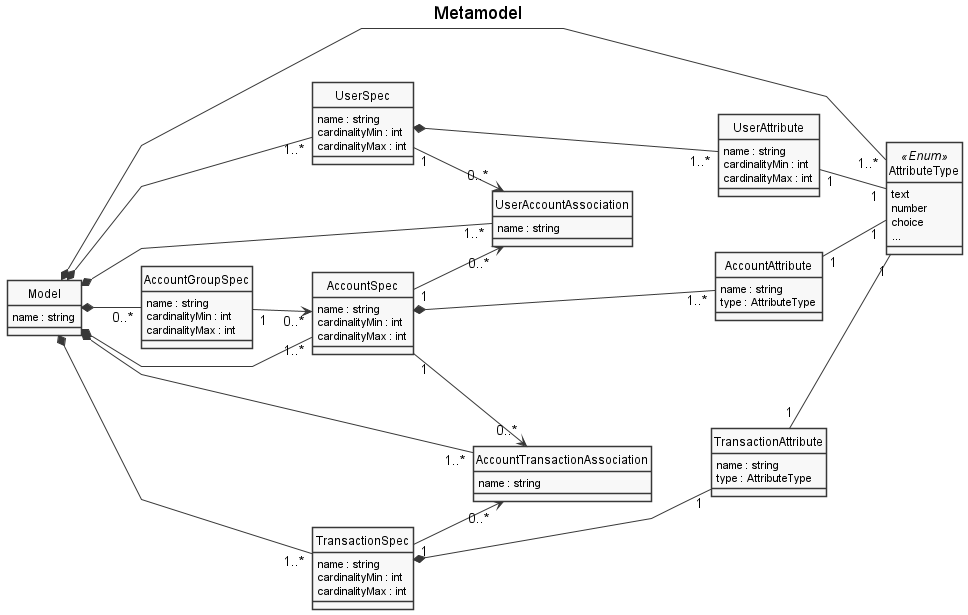
Above: diagrams/metamodel_v3.png in PeFerreira98/ISEP.Master.EDOM_2021 (PlantUML), before the change. Its diagram source:
```plantuml
@startuml metamodel_v3
left to right direction

skinparam linetype polyline
skinparam monochrome true
skinparam packageStyle rect
skinparam shadowing false


title Metamodel

class Model {
    name : string
}

class UserSpec {
    name : string
    cardinalityMin : int
    cardinalityMax : int
}

class UserAttribute {
    name : string
    cardinalityMin : int
    cardinalityMax : int
}

class AccountGroupSpec {
    name : string
    cardinalityMin : int
    cardinalityMax : int
}

class AccountSpec {
    name : string
    cardinalityMin : int
    cardinalityMax : int
}

class AccountAttribute {
    name : string
    type : AttributeType
}

class TransactionSpec {
    name : string
    cardinalityMin : int
    cardinalityMax : int
}

class TransactionAttribute {
    name : string
    type : AttributeType
}

class UserAccountAssociation {
    name : string
}

class AccountTransactionAssociation {
    name : string
}

class AttributeType <<Enum>> {
    text
    number
    choice
    ...
}

Model *---- "1..*" AttributeType

Model *- "0..*" AccountGroupSpec
AccountGroupSpec "1" -> "0..*" AccountSpec

Model *--- "1..*" UserSpec
UserSpec *--- "1..*" UserAttribute
UserAttribute "1" -- "1" AttributeType

Model *--- "1..*" AccountSpec
AccountSpec *--- "1..*" AccountAttribute
AccountAttribute "1" -- "1" AttributeType

Model *--- "1..*" TransactionSpec
TransactionSpec *--- "1" TransactionAttribute
TransactionAttribute "1" -- "1" AttributeType

Model *---- "1..*" UserAccountAssociation
Model *---- "1..*" AccountTransactionAssociation
UserSpec "1" --> "0..*" UserAccountAssociation
AccountSpec "1" --> "0..*" UserAccountAssociation
AccountSpec "1" --> "0..*" AccountTransactionAssociation
TransactionSpec "1" --> "0..*" AccountTransactionAssociation

hide circle
@enduml
```
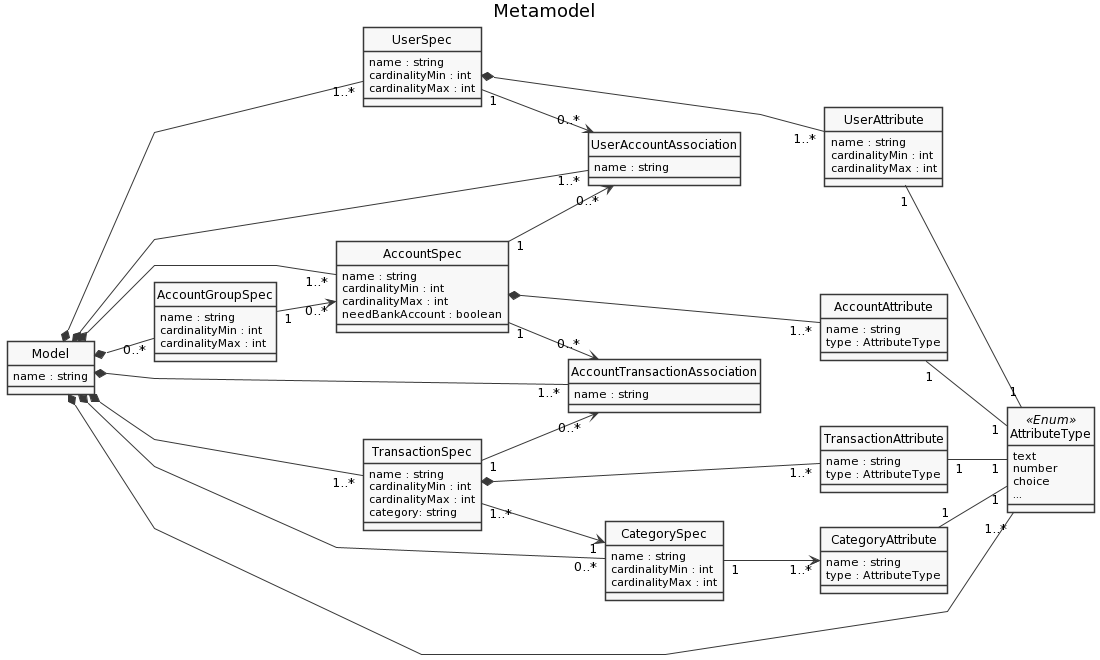
Above is the later version.

What changed in the source:
```diff
@@ -1,4 +1,4 @@
-@startuml metamodel_v3
+@startuml
 left to right direction
 
 skinparam linetype polyline
@@ -35,6 +35,18 @@
     name : string
     cardinalityMin : int
     cardinalityMax : int
+    needBankAccount : boolean
+}
+
+class CategorySpec {
+    name : string
+    cardinalityMin : int
+    cardinalityMax : int
+}
+
+class CategoryAttribute {
+    name : string
+    type : AttributeType
 }
 
 class AccountAttribute {
@@ -46,6 +58,7 @@
     name : string
     cardinalityMin : int
     cardinalityMax : int
+    category: string
 }
 
 class TransactionAttribute {
@@ -82,7 +95,7 @@
 AccountAttribute "1" -- "1" AttributeType
 
 Model *--- "1..*" TransactionSpec
-TransactionSpec *--- "1" TransactionAttribute
+TransactionSpec *--- "1..*" TransactionAttribute
 TransactionAttribute "1" -- "1" AttributeType
 
 Model *---- "1..*" UserAccountAssociation
@@ -92,5 +105,10 @@
 AccountSpec "1" --> "0..*" AccountTransactionAssociation
 TransactionSpec "1" --> "0..*" AccountTransactionAssociation
 
+Model *- "0..*" CategorySpec
+CategorySpec "1" --> "1..*" CategoryAttribute
+CategoryAttribute "1" -- "1" AttributeType
+TransactionSpec "1..*" --> "1" CategorySpec
+
 hide circle
 @enduml
```
